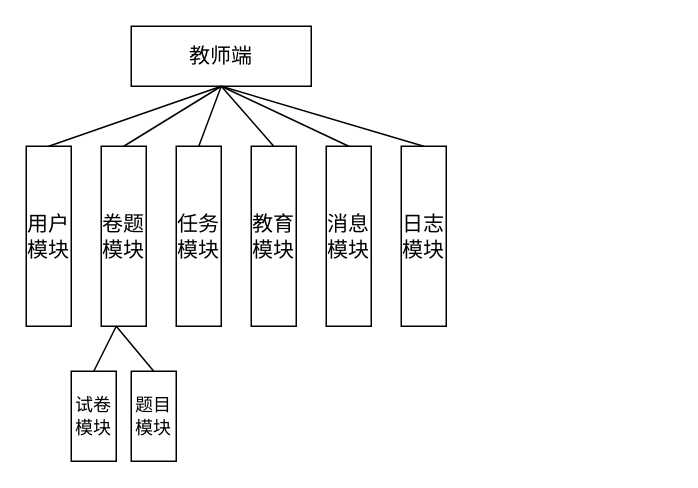
The draw.io diagram moduleDesign.drawio in myyuhao/hello-world, before the edit. Source tidied: cells renumbered, new cells numbered last; positions are measured from the earlier drawing's top-left corner, leaving out a move shared by most shapes. Both pictures are drawn from the tidied source at 150%, with x=0, y=0 at pixel (26, 26).
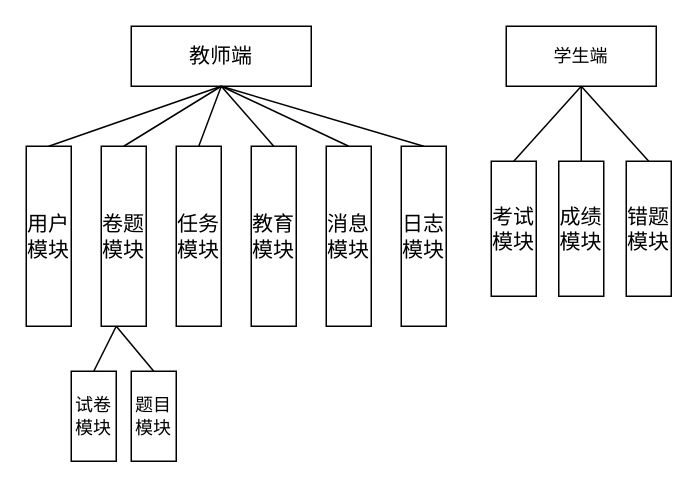
The same page after the edit.

What changed in the source:
```diff
@@
+    <mxCell id="19" value="学生端" style="rounded=0;whiteSpace=wrap;html=1;" parent="1" vertex="1">
+      <mxGeometry x="320" width="100" height="40" as="geometry" />
+    </mxCell>
+    <mxCell id="20" value="&lt;font style=&quot;font-size: 14px&quot;&gt;成绩模块&lt;/font&gt;" style="rounded=0;whiteSpace=wrap;html=1;" parent="1" vertex="1">
+      <mxGeometry x="355" y="90" width="30" height="90" as="geometry" />
+    </mxCell>
+    <mxCell id="21" value="&lt;font style=&quot;font-size: 14px&quot;&gt;考试模块&lt;/font&gt;" style="rounded=0;whiteSpace=wrap;html=1;" parent="1" vertex="1">
+      <mxGeometry x="310" y="90" width="30" height="90" as="geometry" />
+    </mxCell>
+    <mxCell id="22" value="&lt;font style=&quot;font-size: 14px&quot;&gt;错题模块&lt;/font&gt;" style="rounded=0;whiteSpace=wrap;html=1;" parent="1" vertex="1">
+      <mxGeometry x="400" y="90" width="30" height="90" as="geometry" />
+    </mxCell>
+    <mxCell id="23" style="endArrow=none;html=1;entryX=0.5;entryY=1;entryDx=0;entryDy=0;exitX=0.5;exitY=0;exitDx=0;exitDy=0;" parent="1" edge="1" source="22" target="19">
+      <mxGeometry relative="1" as="geometry" />
+    </mxCell>
+    <mxCell id="24" style="endArrow=none;html=1;entryX=0.5;entryY=1;entryDx=0;entryDy=0;exitX=0.5;exitY=0;exitDx=0;exitDy=0;" parent="1" edge="1" source="20" target="19">
+      <mxGeometry relative="1" as="geometry" />
+    </mxCell>
+    <mxCell id="25" style="endArrow=none;html=1;entryX=0.5;entryY=1;entryDx=0;entryDy=0;exitX=0.5;exitY=0;exitDx=0;exitDy=0;" parent="1" edge="1" source="21" target="19">
+      <mxGeometry relative="1" as="geometry" />
+    </mxCell>
```
